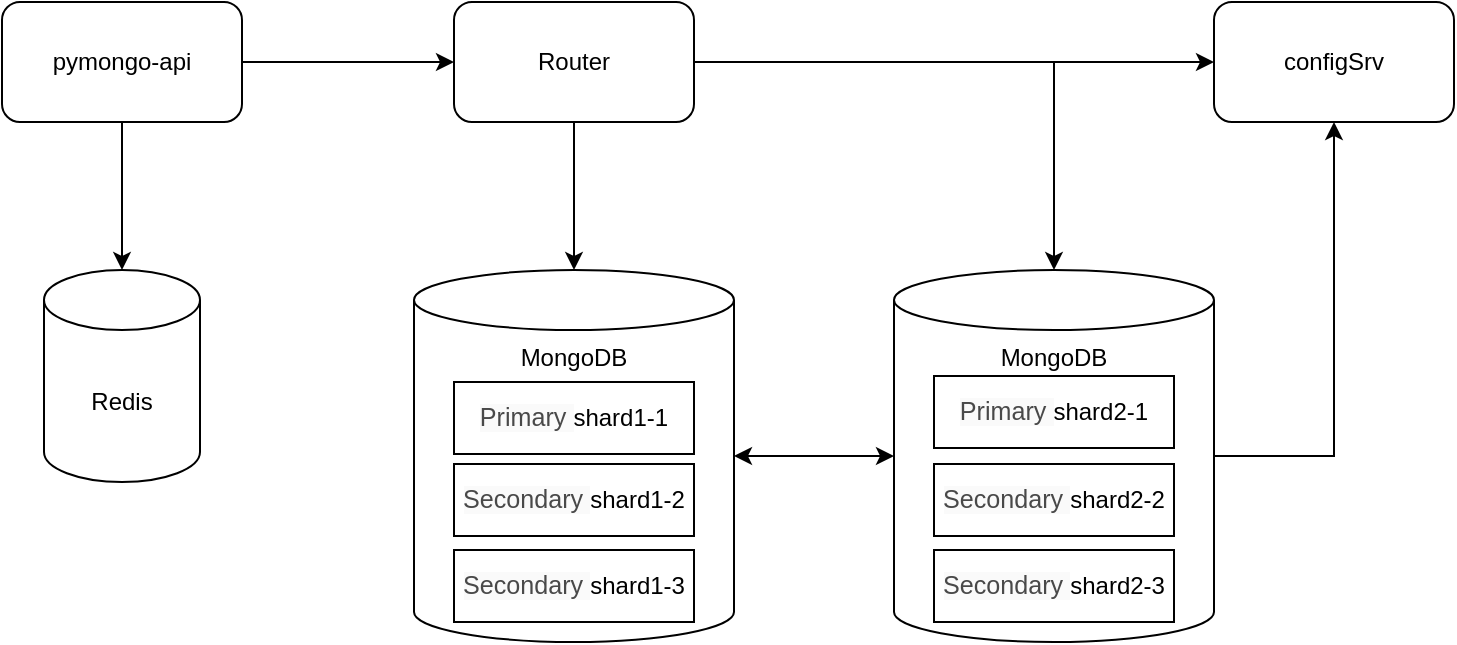
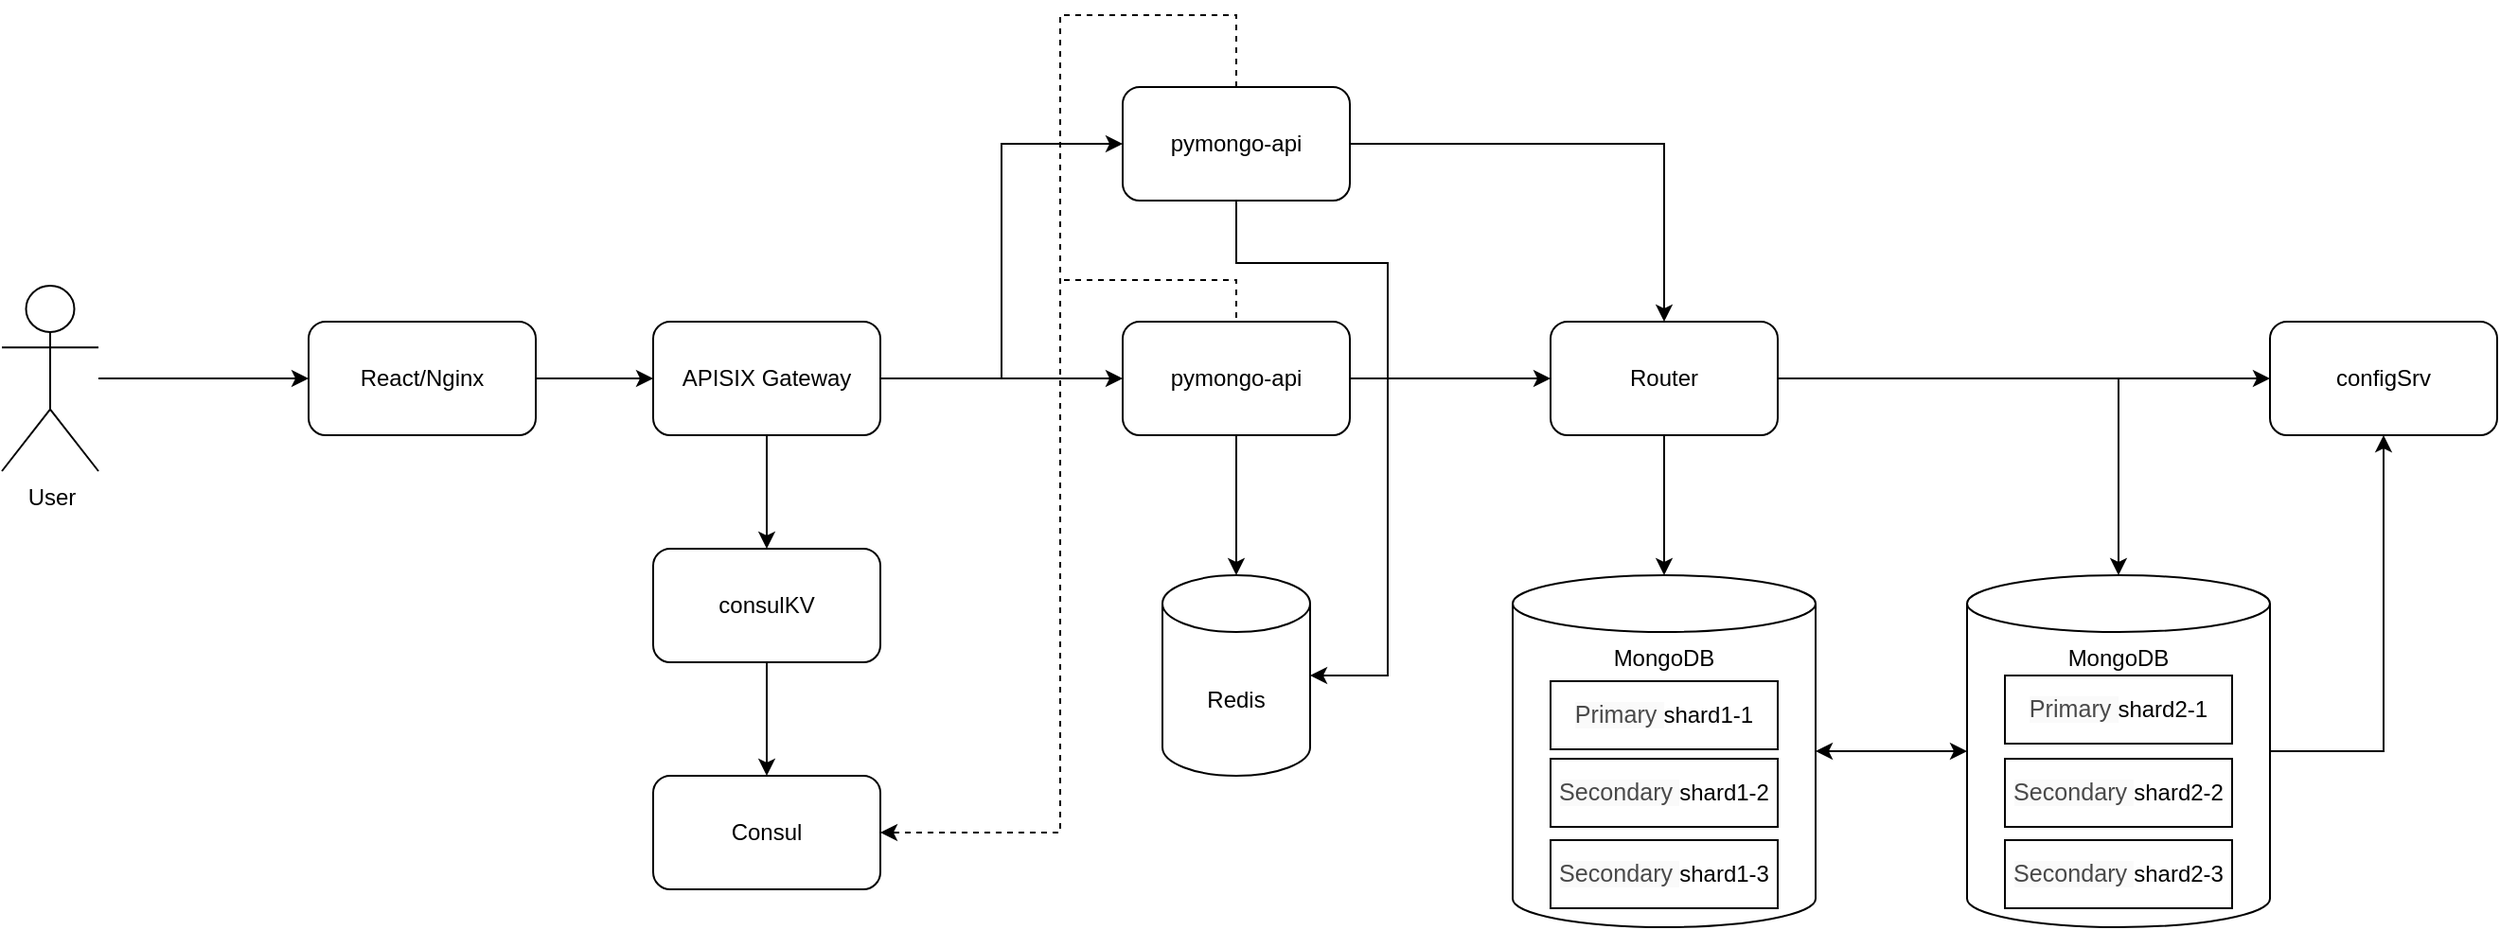
<mxfile host="app.diagrams.net" agent="Mozilla/5.0 (Macintosh; Intel Mac OS X 10_15_7) AppleWebKit/605.1.15 (KHTML, like Gecko) Version/18.5 Safari/605.1.15" version="27.1.6">
  <diagram name="Page-1" id="-H_mtQnk-PTXWXPvYvuk">
-     <mxGraphModel dx="1018" dy="696" grid="0" gridSize="10" guides="1" tooltips="1" connect="1" arrows="1" fold="1" page="1" pageScale="1" pageWidth="1169" pageHeight="827" math="0" shadow="0">
+     <mxGraphModel dx="2187" dy="696" grid="0" gridSize="10" guides="1" tooltips="1" connect="1" arrows="1" fold="1" page="1" pageScale="1" pageWidth="1169" pageHeight="827" math="0" shadow="0">
      <root>
        <mxCell id="0" />
        <mxCell id="1" parent="0" />
        <mxCell id="tWGMZ3M52HPP_QXDfdmS-1" value="&lt;div style=&quot;text-align: left;&quot;&gt;MongoDB&lt;/div&gt;&lt;div&gt;&lt;div style=&quot;&quot;&gt;&lt;br&gt;&lt;/div&gt;&lt;/div&gt;" style="shape=cylinder3;whiteSpace=wrap;html=1;boundedLbl=1;backgroundOutline=1;size=15;flipV=0;flipH=0;verticalAlign=top;" parent="1" vertex="1">
          <mxGeometry x="460" y="414" width="160" height="186" as="geometry" />
        </mxCell>
        <mxCell id="tWGMZ3M52HPP_QXDfdmS-14" value="" style="edgeStyle=orthogonalEdgeStyle;rounded=0;orthogonalLoop=1;jettySize=auto;html=1;" parent="1" source="zA23MoTUsTF4_91t8viU-3" target="tWGMZ3M52HPP_QXDfdmS-5" edge="1">
          <mxGeometry relative="1" as="geometry" />
        </mxCell>
        <mxCell id="rvkwCucdAWL0D3_kAxR9-10" value="" style="edgeStyle=orthogonalEdgeStyle;rounded=0;orthogonalLoop=1;jettySize=auto;html=1;" edge="1" parent="1" source="zA23MoTUsTF4_91t8viU-3" target="rvkwCucdAWL0D3_kAxR9-9">
          <mxGeometry relative="1" as="geometry" />
        </mxCell>
        <mxCell id="zA23MoTUsTF4_91t8viU-3" value="pymongo-api" style="rounded=1;whiteSpace=wrap;html=1;" parent="1" vertex="1">
          <mxGeometry x="254" y="280" width="120" height="60" as="geometry" />
        </mxCell>
        <mxCell id="tWGMZ3M52HPP_QXDfdmS-11" style="edgeStyle=orthogonalEdgeStyle;rounded=0;orthogonalLoop=1;jettySize=auto;html=1;entryX=0.5;entryY=1;entryDx=0;entryDy=0;" parent="1" target="tWGMZ3M52HPP_QXDfdmS-8" edge="1">
          <mxGeometry relative="1" as="geometry">
            <Array as="points">
              <mxPoint x="920" y="507" />
            </Array>
            <mxPoint x="860" y="507" as="sourcePoint" />
          </mxGeometry>
        </mxCell>
        <mxCell id="tWGMZ3M52HPP_QXDfdmS-6" value="" style="edgeStyle=orthogonalEdgeStyle;rounded=0;orthogonalLoop=1;jettySize=auto;html=1;" parent="1" source="tWGMZ3M52HPP_QXDfdmS-5" target="tWGMZ3M52HPP_QXDfdmS-1" edge="1">
          <mxGeometry relative="1" as="geometry" />
        </mxCell>
        <mxCell id="rvkwCucdAWL0D3_kAxR9-8" style="edgeStyle=orthogonalEdgeStyle;rounded=0;orthogonalLoop=1;jettySize=auto;html=1;entryX=0.5;entryY=0;entryDx=0;entryDy=0;entryPerimeter=0;" edge="1" parent="1" source="tWGMZ3M52HPP_QXDfdmS-5" target="rvkwCucdAWL0D3_kAxR9-4">
          <mxGeometry relative="1" as="geometry">
            <mxPoint x="744" y="374" as="targetPoint" />
          </mxGeometry>
        </mxCell>
        <mxCell id="tWGMZ3M52HPP_QXDfdmS-5" value="Router" style="rounded=1;whiteSpace=wrap;html=1;" parent="1" vertex="1">
          <mxGeometry x="480" y="280" width="120" height="60" as="geometry" />
        </mxCell>
        <mxCell id="tWGMZ3M52HPP_QXDfdmS-8" value="configSrv" style="rounded=1;whiteSpace=wrap;html=1;" parent="1" vertex="1">
          <mxGeometry x="860" y="280" width="120" height="60" as="geometry" />
        </mxCell>
        <mxCell id="tWGMZ3M52HPP_QXDfdmS-10" value="" style="endArrow=classic;startArrow=classic;html=1;rounded=0;exitX=1;exitY=0.5;exitDx=0;exitDy=0;exitPerimeter=0;entryX=0;entryY=0.5;entryDx=0;entryDy=0;entryPerimeter=0;" parent="1" source="tWGMZ3M52HPP_QXDfdmS-1" edge="1">
          <mxGeometry width="50" height="50" relative="1" as="geometry">
            <mxPoint x="500" y="390" as="sourcePoint" />
            <mxPoint x="700" y="507" as="targetPoint" />
          </mxGeometry>
        </mxCell>
        <mxCell id="tWGMZ3M52HPP_QXDfdmS-13" value="" style="endArrow=classic;html=1;rounded=0;entryX=0;entryY=0.5;entryDx=0;entryDy=0;" parent="1" target="tWGMZ3M52HPP_QXDfdmS-8" edge="1">
          <mxGeometry width="50" height="50" relative="1" as="geometry">
            <mxPoint x="780" y="310" as="sourcePoint" />
            <mxPoint x="550" y="340" as="targetPoint" />
          </mxGeometry>
        </mxCell>
        <mxCell id="rvkwCucdAWL0D3_kAxR9-1" value="&lt;div&gt;&lt;span style=&quot;caret-color: rgb(73, 73, 73); color: rgb(73, 73, 73); font-family: var(--ds-font-family-code); font-size: 12.573px; text-align: start; background-color: rgb(250, 250, 250);&quot;&gt;Secondary&amp;nbsp;&lt;/span&gt;shard1-3&lt;br&gt;&lt;/div&gt;" style="rounded=0;whiteSpace=wrap;html=1;" vertex="1" parent="1">
          <mxGeometry x="480" y="554" width="120" height="36" as="geometry" />
        </mxCell>
        <mxCell id="rvkwCucdAWL0D3_kAxR9-2" value="&lt;div&gt;&lt;span style=&quot;caret-color: rgb(73, 73, 73); color: rgb(73, 73, 73); font-family: var(--ds-font-family-code); font-size: 12.573px; text-align: start; background-color: rgb(250, 250, 250);&quot;&gt;Primary&amp;nbsp;&lt;/span&gt;shard1-1&lt;br&gt;&lt;/div&gt;" style="rounded=0;whiteSpace=wrap;html=1;" vertex="1" parent="1">
          <mxGeometry x="480" y="470" width="120" height="36" as="geometry" />
        </mxCell>
        <mxCell id="rvkwCucdAWL0D3_kAxR9-3" value="&lt;div&gt;&lt;span style=&quot;caret-color: rgb(73, 73, 73); color: rgb(73, 73, 73); font-family: var(--ds-font-family-code); font-size: 12.573px; text-align: start; background-color: rgb(250, 250, 250);&quot;&gt;Secondary&amp;nbsp;&lt;/span&gt;shard1-2&lt;br&gt;&lt;/div&gt;" style="rounded=0;whiteSpace=wrap;html=1;" vertex="1" parent="1">
          <mxGeometry x="480" y="511" width="120" height="36" as="geometry" />
        </mxCell>
        <mxCell id="rvkwCucdAWL0D3_kAxR9-4" value="&lt;div style=&quot;text-align: left;&quot;&gt;MongoDB&lt;/div&gt;&lt;div&gt;&lt;div style=&quot;&quot;&gt;&lt;br&gt;&lt;/div&gt;&lt;/div&gt;" style="shape=cylinder3;whiteSpace=wrap;html=1;boundedLbl=1;backgroundOutline=1;size=15;flipV=0;flipH=0;verticalAlign=top;" vertex="1" parent="1">
          <mxGeometry x="700" y="414" width="160" height="186" as="geometry" />
        </mxCell>
        <mxCell id="rvkwCucdAWL0D3_kAxR9-5" value="&lt;div&gt;&lt;span style=&quot;caret-color: rgb(73, 73, 73); color: rgb(73, 73, 73); font-family: var(--ds-font-family-code); font-size: 12.573px; text-align: start; background-color: rgb(250, 250, 250);&quot;&gt;Secondary&amp;nbsp;&lt;/span&gt;shard2-3&lt;br&gt;&lt;/div&gt;" style="rounded=0;whiteSpace=wrap;html=1;" vertex="1" parent="1">
          <mxGeometry x="720" y="554" width="120" height="36" as="geometry" />
        </mxCell>
        <mxCell id="rvkwCucdAWL0D3_kAxR9-6" value="&lt;div&gt;&lt;span style=&quot;caret-color: rgb(73, 73, 73); color: rgb(73, 73, 73); font-family: var(--ds-font-family-code); font-size: 12.573px; text-align: start; background-color: rgb(250, 250, 250);&quot;&gt;Primary&amp;nbsp;&lt;/span&gt;shard2-1&lt;br&gt;&lt;/div&gt;" style="rounded=0;whiteSpace=wrap;html=1;" vertex="1" parent="1">
          <mxGeometry x="720" y="467" width="120" height="36" as="geometry" />
        </mxCell>
        <mxCell id="rvkwCucdAWL0D3_kAxR9-7" value="&lt;div&gt;&lt;span style=&quot;caret-color: rgb(73, 73, 73); color: rgb(73, 73, 73); font-family: var(--ds-font-family-code); font-size: 12.573px; text-align: start; background-color: rgb(250, 250, 250);&quot;&gt;Secondary&amp;nbsp;&lt;/span&gt;shard2-2&lt;br&gt;&lt;/div&gt;" style="rounded=0;whiteSpace=wrap;html=1;" vertex="1" parent="1">
          <mxGeometry x="720" y="511" width="120" height="36" as="geometry" />
        </mxCell>
        <mxCell id="rvkwCucdAWL0D3_kAxR9-9" value="Redis" style="shape=cylinder3;whiteSpace=wrap;html=1;boundedLbl=1;backgroundOutline=1;size=15;" vertex="1" parent="1">
          <mxGeometry x="275" y="414" width="78" height="106" as="geometry" />
        </mxCell>
+         <mxCell id="rvkwCucdAWL0D3_kAxR9-31" value="" style="edgeStyle=orthogonalEdgeStyle;rounded=0;orthogonalLoop=1;jettySize=auto;html=1;" edge="1" parent="1" source="rvkwCucdAWL0D3_kAxR9-11" target="rvkwCucdAWL0D3_kAxR9-17">
+           <mxGeometry relative="1" as="geometry" />
+         </mxCell>
+         <mxCell id="rvkwCucdAWL0D3_kAxR9-11" value="User" style="shape=umlActor;verticalLabelPosition=bottom;verticalAlign=top;html=1;outlineConnect=0;" vertex="1" parent="1">
+           <mxGeometry x="-338" y="261" width="51" height="98" as="geometry" />
+         </mxCell>
+         <mxCell id="rvkwCucdAWL0D3_kAxR9-15" style="edgeStyle=orthogonalEdgeStyle;rounded=0;orthogonalLoop=1;jettySize=auto;html=1;entryX=0.5;entryY=0;entryDx=0;entryDy=0;" edge="1" parent="1" source="rvkwCucdAWL0D3_kAxR9-14" target="tWGMZ3M52HPP_QXDfdmS-5">
+           <mxGeometry relative="1" as="geometry" />
+         </mxCell>
+         <mxCell id="rvkwCucdAWL0D3_kAxR9-32" style="edgeStyle=orthogonalEdgeStyle;rounded=0;orthogonalLoop=1;jettySize=auto;html=1;dashed=1;entryX=1;entryY=0.5;entryDx=0;entryDy=0;" edge="1" parent="1" source="rvkwCucdAWL0D3_kAxR9-14" target="rvkwCucdAWL0D3_kAxR9-29">
+           <mxGeometry relative="1" as="geometry">
+             <mxPoint x="176" y="592" as="targetPoint" />
+             <Array as="points">
+               <mxPoint x="314" y="118" />
+               <mxPoint x="221" y="118" />
+               <mxPoint x="221" y="550" />
+             </Array>
+           </mxGeometry>
+         </mxCell>
+         <mxCell id="rvkwCucdAWL0D3_kAxR9-14" value="pymongo-api" style="rounded=1;whiteSpace=wrap;html=1;" vertex="1" parent="1">
+           <mxGeometry x="254" y="156" width="120" height="60" as="geometry" />
+         </mxCell>
+         <mxCell id="rvkwCucdAWL0D3_kAxR9-19" value="" style="edgeStyle=orthogonalEdgeStyle;rounded=0;orthogonalLoop=1;jettySize=auto;html=1;" edge="1" parent="1" source="rvkwCucdAWL0D3_kAxR9-17" target="rvkwCucdAWL0D3_kAxR9-18">
+           <mxGeometry relative="1" as="geometry" />
+         </mxCell>
+         <mxCell id="rvkwCucdAWL0D3_kAxR9-17" value="React/Nginx" style="rounded=1;whiteSpace=wrap;html=1;" vertex="1" parent="1">
+           <mxGeometry x="-176" y="280" width="120" height="60" as="geometry" />
+         </mxCell>
+         <mxCell id="rvkwCucdAWL0D3_kAxR9-24" style="edgeStyle=orthogonalEdgeStyle;rounded=0;orthogonalLoop=1;jettySize=auto;html=1;entryX=0;entryY=0.5;entryDx=0;entryDy=0;" edge="1" parent="1" source="rvkwCucdAWL0D3_kAxR9-18" target="rvkwCucdAWL0D3_kAxR9-14">
+           <mxGeometry relative="1" as="geometry" />
+         </mxCell>
+         <mxCell id="rvkwCucdAWL0D3_kAxR9-26" style="edgeStyle=orthogonalEdgeStyle;rounded=0;orthogonalLoop=1;jettySize=auto;html=1;entryX=0;entryY=0.5;entryDx=0;entryDy=0;" edge="1" parent="1" source="rvkwCucdAWL0D3_kAxR9-18" target="zA23MoTUsTF4_91t8viU-3">
+           <mxGeometry relative="1" as="geometry" />
+         </mxCell>
+         <mxCell id="rvkwCucdAWL0D3_kAxR9-28" value="" style="edgeStyle=orthogonalEdgeStyle;rounded=0;orthogonalLoop=1;jettySize=auto;html=1;" edge="1" parent="1" source="rvkwCucdAWL0D3_kAxR9-18" target="rvkwCucdAWL0D3_kAxR9-27">
+           <mxGeometry relative="1" as="geometry" />
+         </mxCell>
+         <mxCell id="rvkwCucdAWL0D3_kAxR9-18" value="APISIX Gateway" style="rounded=1;whiteSpace=wrap;html=1;" vertex="1" parent="1">
+           <mxGeometry x="6" y="280" width="120" height="60" as="geometry" />
+         </mxCell>
+         <mxCell id="rvkwCucdAWL0D3_kAxR9-23" style="edgeStyle=orthogonalEdgeStyle;rounded=0;orthogonalLoop=1;jettySize=auto;html=1;entryX=1;entryY=0.5;entryDx=0;entryDy=0;entryPerimeter=0;" edge="1" parent="1" source="rvkwCucdAWL0D3_kAxR9-14" target="rvkwCucdAWL0D3_kAxR9-9">
+           <mxGeometry relative="1" as="geometry">
+             <Array as="points">
+               <mxPoint x="314" y="249" />
+               <mxPoint x="394" y="249" />
+               <mxPoint x="394" y="467" />
+             </Array>
+           </mxGeometry>
+         </mxCell>
+         <mxCell id="rvkwCucdAWL0D3_kAxR9-30" value="" style="edgeStyle=orthogonalEdgeStyle;rounded=0;orthogonalLoop=1;jettySize=auto;html=1;" edge="1" parent="1" source="rvkwCucdAWL0D3_kAxR9-27" target="rvkwCucdAWL0D3_kAxR9-29">
+           <mxGeometry relative="1" as="geometry" />
+         </mxCell>
+         <mxCell id="rvkwCucdAWL0D3_kAxR9-27" value="consulKV" style="rounded=1;whiteSpace=wrap;html=1;" vertex="1" parent="1">
+           <mxGeometry x="6" y="400" width="120" height="60" as="geometry" />
+         </mxCell>
+         <mxCell id="rvkwCucdAWL0D3_kAxR9-29" value="Consul" style="rounded=1;whiteSpace=wrap;html=1;" vertex="1" parent="1">
+           <mxGeometry x="6" y="520" width="120" height="60" as="geometry" />
+         </mxCell>
+         <mxCell id="rvkwCucdAWL0D3_kAxR9-36" value="" style="endArrow=none;html=1;rounded=0;entryX=0.5;entryY=0;entryDx=0;entryDy=0;dashed=1;" edge="1" parent="1" target="zA23MoTUsTF4_91t8viU-3">
+           <mxGeometry width="50" height="50" relative="1" as="geometry">
+             <mxPoint x="223" y="258" as="sourcePoint" />
+             <mxPoint x="297" y="381" as="targetPoint" />
+             <Array as="points">
+               <mxPoint x="314" y="258" />
+             </Array>
+           </mxGeometry>
+         </mxCell>
      </root>
    </mxGraphModel>
  </diagram>
</mxfile>
